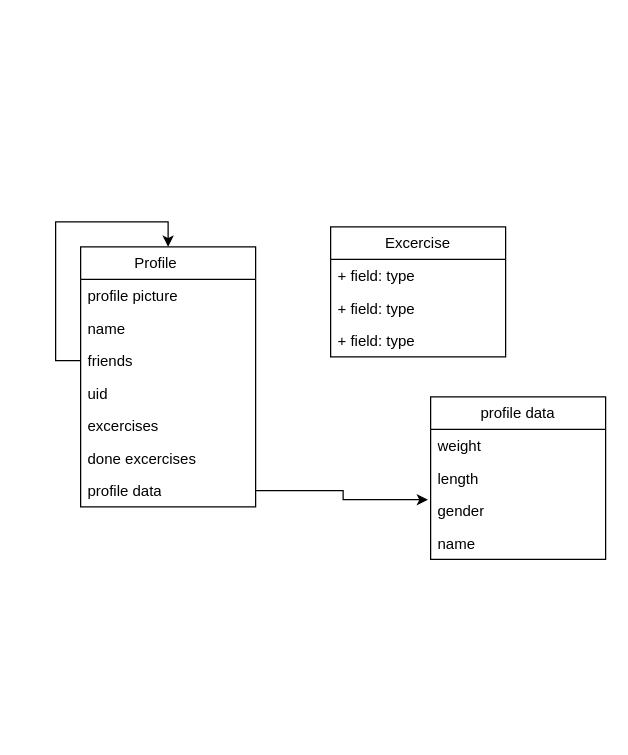
spynetS/Webbutveckling keeps this draw.io diagram as frontend/Fittnessdual.drawio. Above is the earlier version. Source tidied: cells renumbered, new cells numbered last; positions are measured from the earlier drawing's top-left corner, leaving out a move shared by most shapes. Both pictures are drawn from the tidied source at 125%, with x=0, y=0 at pixel (55, 221).
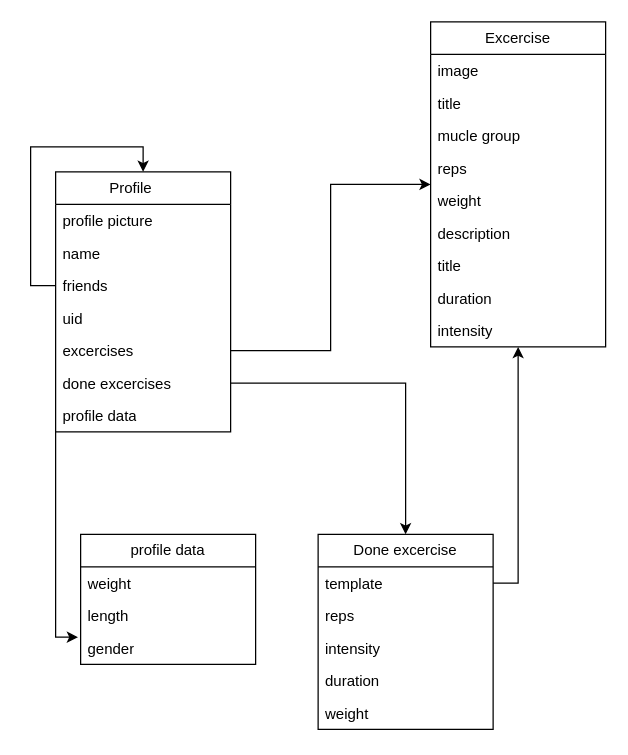
Above is the later version.

Unchanged cells that the change refers to:
```xml
<mxCell id="8" value="excercises" style="text;strokeColor=none;fillColor=none;align=left;verticalAlign=top;spacingLeft=4;spacingRight=4;overflow=hidden;points=[[0,0.5],[1,0.5]];portConstraint=eastwest;whiteSpace=wrap;html=1;" parent="2" vertex="1">
  <mxGeometry y="130" width="140" height="26" as="geometry" />
</mxCell>
<mxCell id="9" value="done excercises" style="text;strokeColor=none;fillColor=none;align=left;verticalAlign=top;spacingLeft=4;spacingRight=4;overflow=hidden;points=[[0,0.5],[1,0.5]];portConstraint=eastwest;whiteSpace=wrap;html=1;" parent="2" vertex="1">
  <mxGeometry y="156" width="140" height="26" as="geometry" />
</mxCell>
<mxCell id="10" value="profile data" style="text;strokeColor=none;fillColor=none;align=left;verticalAlign=top;spacingLeft=4;spacingRight=4;overflow=hidden;points=[[0,0.5],[1,0.5]];portConstraint=eastwest;whiteSpace=wrap;html=1;" parent="2" vertex="1">
  <mxGeometry y="182" width="140" height="26" as="geometry" />
</mxCell>
<mxCell id="14" value="gender" style="text;strokeColor=none;fillColor=none;align=left;verticalAlign=top;spacingLeft=4;spacingRight=4;overflow=hidden;points=[[0,0.5],[1,0.5]];portConstraint=eastwest;whiteSpace=wrap;html=1;" parent="11" vertex="1">
  <mxGeometry y="78" width="140" height="26" as="geometry" />
</mxCell>
```

The edit, as a diff of the source:
```diff
@@
     <mxCell id="2" value="Profile&lt;span style=&quot;white-space: pre;&quot;&gt;&#9;&lt;/span&gt;" style="swimlane;fontStyle=0;horizontal=1;startSize=26;fillColor=none;whiteSpace=wrap;html=1;" parent="1" vertex="1">
-      <mxGeometry x="20" y="20" width="140" height="208" as="geometry" />
+      <mxGeometry y="-40" width="140" height="208" as="geometry" />
     </mxCell>
@@
     <mxCell id="11" value="profile data" style="swimlane;fontStyle=0;horizontal=1;startSize=26;fillColor=none;whiteSpace=wrap;html=1;" parent="1" vertex="1">
-      <mxGeometry x="300" y="140" width="140" height="130" as="geometry" />
+      <mxGeometry x="20" y="250" width="140" height="104" as="geometry" />
     </mxCell>
@@
-    <mxCell id="15" value="name" style="text;strokeColor=none;fillColor=none;align=left;verticalAlign=top;spacingLeft=4;spacingRight=4;overflow=hidden;whiteSpace=wrap;html=1;" parent="11" vertex="1">
-      <mxGeometry y="104" width="140" height="26" as="geometry" />
-    </mxCell>
     <mxCell id="16" style="edgeStyle=orthogonalEdgeStyle;rounded=0;jettySize=auto;html=1;entryX=-0.015;entryY=0.163;entryDx=0;entryDy=0;entryPerimeter=0;" parent="1" edge="1" source="10" target="14">
-      <mxGeometry relative="1" as="geometry" />
+      <mxGeometry relative="1" as="geometry">
+        <Array as="points">
+          <mxPoint y="215" />
+          <mxPoint y="332" />
+        </Array>
+      </mxGeometry>
     </mxCell>
     <mxCell id="17" value="Excercise" style="swimlane;fontStyle=0;horizontal=1;startSize=26;fillColor=none;whiteSpace=wrap;html=1;" parent="1" vertex="1">
-      <mxGeometry x="220" y="4" width="140" height="104" as="geometry" />
+      <mxGeometry x="300" y="-160" width="140" height="260" as="geometry" />
     </mxCell>
-    <mxCell id="18" value="+ field: type" style="text;strokeColor=none;fillColor=none;align=left;verticalAlign=top;spacingLeft=4;spacingRight=4;overflow=hidden;whiteSpace=wrap;html=1;" parent="17" vertex="1">
+    <mxCell id="18" value="image" style="text;strokeColor=none;fillColor=none;align=left;verticalAlign=top;spacingLeft=4;spacingRight=4;overflow=hidden;whiteSpace=wrap;html=1;" parent="17" vertex="1">
       <mxGeometry y="26" width="140" height="26" as="geometry" />
     </mxCell>
+    <mxCell id="21" value="title" style="text;strokeColor=none;fillColor=none;align=left;verticalAlign=top;spacingLeft=4;spacingRight=4;overflow=hidden;whiteSpace=wrap;html=1;" parent="17" vertex="1">
+      <mxGeometry y="52" width="140" height="26" as="geometry" />
+    </mxCell>
-    <mxCell id="19" value="+ field: type" style="text;strokeColor=none;fillColor=none;align=left;verticalAlign=top;spacingLeft=4;spacingRight=4;overflow=hidden;whiteSpace=wrap;html=1;" parent="17" vertex="1">
-      <mxGeometry y="52" width="140" height="26" as="geometry" />
+    <mxCell id="19" value="&lt;div&gt;mucle group&lt;/div&gt;&lt;div&gt;&lt;br&gt;&lt;/div&gt;" style="text;strokeColor=none;fillColor=none;align=left;verticalAlign=top;spacingLeft=4;spacingRight=4;overflow=hidden;whiteSpace=wrap;html=1;" parent="17" vertex="1">
+      <mxGeometry y="78" width="140" height="26" as="geometry" />
     </mxCell>
-    <mxCell id="20" value="+ field: type" style="text;strokeColor=none;fillColor=none;align=left;verticalAlign=top;spacingLeft=4;spacingRight=4;overflow=hidden;whiteSpace=wrap;html=1;" parent="17" vertex="1">
-      <mxGeometry y="78" width="140" height="26" as="geometry" />
+    <mxCell id="20" value="&lt;div&gt;reps&lt;/div&gt;&lt;div&gt;&lt;span style=&quot;white-space: pre;&quot;&gt;&#9;&lt;/span&gt;&lt;span style=&quot;white-space: pre;&quot;&gt;&#9;&lt;/span&gt;&lt;br&gt;&lt;/div&gt;" style="text;strokeColor=none;fillColor=none;align=left;verticalAlign=top;spacingLeft=4;spacingRight=4;overflow=hidden;whiteSpace=wrap;html=1;" parent="17" vertex="1">
+      <mxGeometry y="104" width="140" height="26" as="geometry" />
     </mxCell>
+    <mxCell id="22" value="weight&lt;span style=&quot;white-space: pre;&quot;&gt;&#9;&lt;/span&gt;" style="text;strokeColor=none;fillColor=none;align=left;verticalAlign=top;spacingLeft=4;spacingRight=4;overflow=hidden;whiteSpace=wrap;html=1;" parent="17" vertex="1">
+      <mxGeometry y="130" width="140" height="26" as="geometry" />
+    </mxCell>
+    <mxCell id="23" value="description" style="text;strokeColor=none;fillColor=none;align=left;verticalAlign=top;spacingLeft=4;spacingRight=4;overflow=hidden;whiteSpace=wrap;html=1;" parent="17" vertex="1">
+      <mxGeometry y="156" width="140" height="26" as="geometry" />
+    </mxCell>
+    <mxCell id="24" value="title" style="text;strokeColor=none;fillColor=none;align=left;verticalAlign=top;spacingLeft=4;spacingRight=4;overflow=hidden;whiteSpace=wrap;html=1;" parent="17" vertex="1">
+      <mxGeometry y="182" width="140" height="26" as="geometry" />
+    </mxCell>
+    <mxCell id="25" value="duration" style="text;strokeColor=none;fillColor=none;align=left;verticalAlign=top;spacingLeft=4;spacingRight=4;overflow=hidden;whiteSpace=wrap;html=1;" parent="17" vertex="1">
+      <mxGeometry y="208" width="140" height="26" as="geometry" />
+    </mxCell>
+    <mxCell id="26" value="intensity" style="text;strokeColor=none;fillColor=none;align=left;verticalAlign=top;spacingLeft=4;spacingRight=4;overflow=hidden;whiteSpace=wrap;html=1;" parent="17" vertex="1">
+      <mxGeometry y="234" width="140" height="26" as="geometry" />
+    </mxCell>
+    <mxCell id="27" style="edgeStyle=orthogonalEdgeStyle;rounded=0;jettySize=auto;html=1;" parent="1" edge="1" source="8" target="17">
+      <mxGeometry relative="1" as="geometry" />
+    </mxCell>
+    <mxCell id="28" value="Done excercise" style="swimlane;fontStyle=0;horizontal=1;startSize=26;fillColor=none;whiteSpace=wrap;html=1;" parent="1" vertex="1">
+      <mxGeometry x="210" y="250" width="140" height="156" as="geometry" />
+    </mxCell>
+    <mxCell id="29" value="template" style="text;strokeColor=none;fillColor=none;align=left;verticalAlign=top;spacingLeft=4;spacingRight=4;overflow=hidden;points=[[0,0.5],[1,0.5]];portConstraint=eastwest;whiteSpace=wrap;html=1;" parent="28" vertex="1">
+      <mxGeometry y="26" width="140" height="26" as="geometry" />
+    </mxCell>
+    <mxCell id="30" value="&lt;div&gt;reps&lt;/div&gt;&lt;div&gt;&lt;span style=&quot;white-space: pre;&quot;&gt;&#9;&lt;/span&gt;&lt;span style=&quot;white-space: pre;&quot;&gt;&#9;&lt;/span&gt;&lt;br&gt;&lt;/div&gt;" style="text;strokeColor=none;fillColor=none;align=left;verticalAlign=top;spacingLeft=4;spacingRight=4;overflow=hidden;whiteSpace=wrap;html=1;" parent="28" vertex="1">
+      <mxGeometry y="52" width="140" height="26" as="geometry" />
+    </mxCell>
+    <mxCell id="31" value="intensity" style="text;strokeColor=none;fillColor=none;align=left;verticalAlign=top;spacingLeft=4;spacingRight=4;overflow=hidden;whiteSpace=wrap;html=1;" parent="28" vertex="1">
+      <mxGeometry y="78" width="140" height="26" as="geometry" />
+    </mxCell>
+    <mxCell id="32" value="duration" style="text;strokeColor=none;fillColor=none;align=left;verticalAlign=top;spacingLeft=4;spacingRight=4;overflow=hidden;whiteSpace=wrap;html=1;" parent="28" vertex="1">
+      <mxGeometry y="104" width="140" height="26" as="geometry" />
+    </mxCell>
+    <mxCell id="33" value="weight&lt;span style=&quot;white-space: pre;&quot;&gt;&#9;&lt;/span&gt;" style="text;strokeColor=none;fillColor=none;align=left;verticalAlign=top;spacingLeft=4;spacingRight=4;overflow=hidden;whiteSpace=wrap;html=1;" parent="28" vertex="1">
+      <mxGeometry y="130" width="140" height="26" as="geometry" />
+    </mxCell>
+    <mxCell id="34" style="edgeStyle=orthogonalEdgeStyle;rounded=0;jettySize=auto;html=1;" parent="1" edge="1" source="9" target="28">
+      <mxGeometry relative="1" as="geometry" />
+    </mxCell>
+    <mxCell id="35" style="edgeStyle=orthogonalEdgeStyle;rounded=0;jettySize=auto;html=1;" parent="1" edge="1" source="29" target="17">
+      <mxGeometry relative="1" as="geometry" />
+    </mxCell>
```
